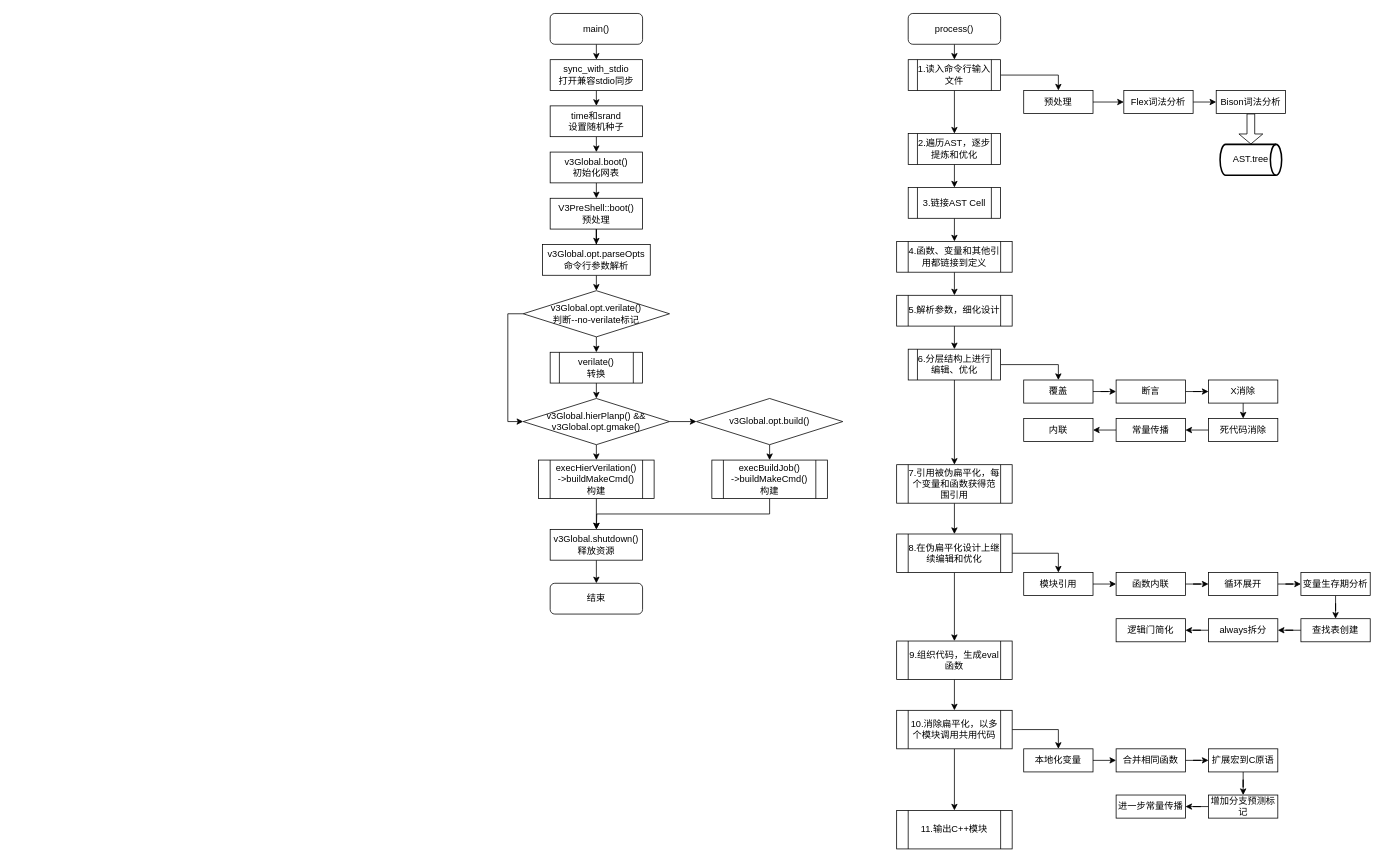
The draw.io diagram verilator_digrams/main().drawio in Dercury/CLDK, before the edit. Source tidied: cells renumbered, new cells numbered last; positions are measured from the earlier drawing's top-left corner, leaving out a move shared by most shapes. Both pictures are drawn from the tidied source at 77%, with x=0, y=0 at pixel (523, 13).
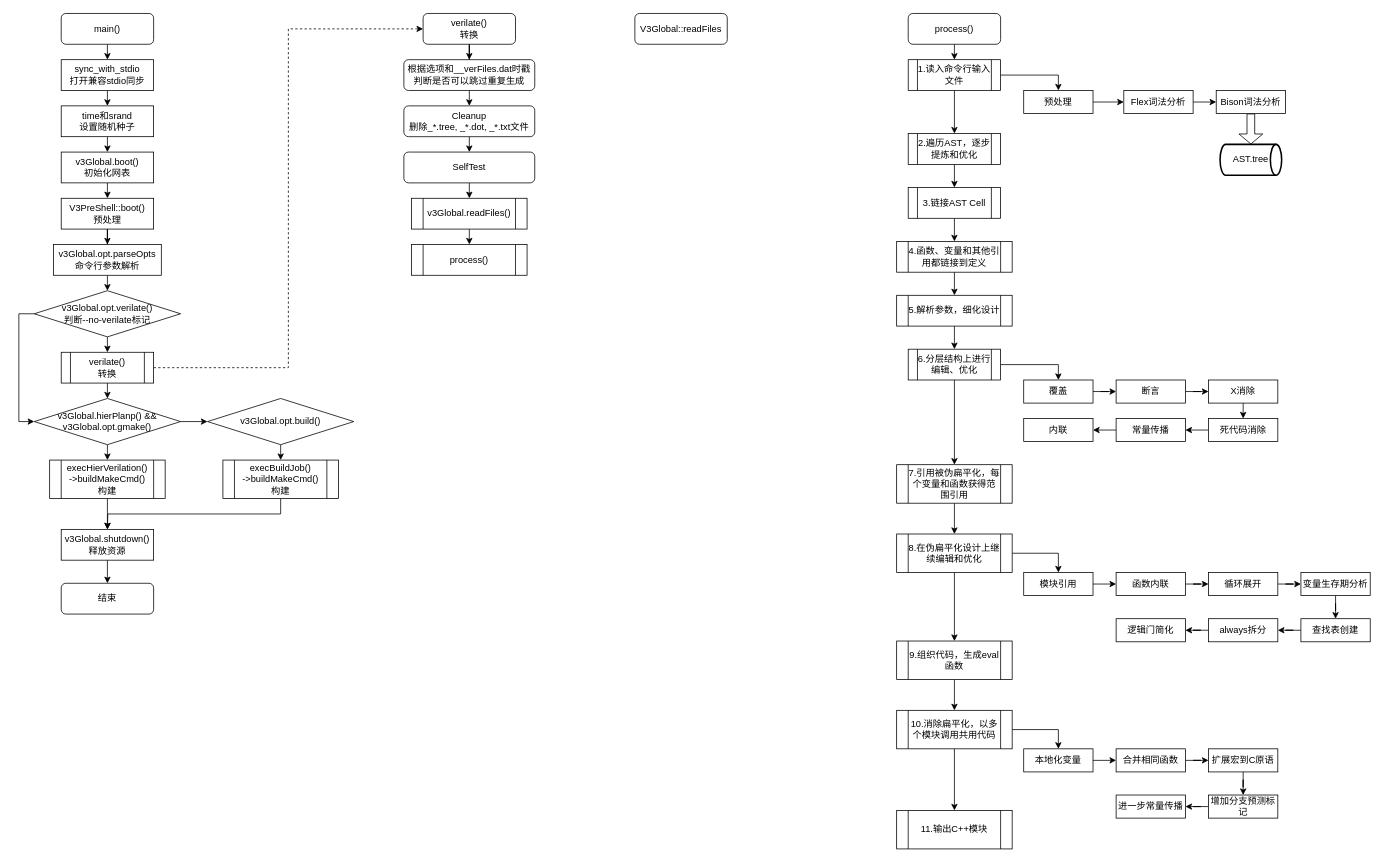
The same diagram, later.

Change to the diagram source:
```diff
@@
     <mxCell id="3" value="main()" style="rounded=1;whiteSpace=wrap;html=1;fontSize=12;glass=0;strokeWidth=1;shadow=0;" parent="1" vertex="1">
-      <mxGeometry x="35" width="120" height="40" as="geometry" />
+      <mxGeometry x="-600" width="120" height="40" as="geometry" />
     </mxCell>
@@
     <mxCell id="5" value="sync_with_stdio&lt;br&gt;打开兼容stdio同步" style="rounded=0;whiteSpace=wrap;html=1;" parent="1" vertex="1">
-      <mxGeometry x="35" y="60" width="120" height="40" as="geometry" />
+      <mxGeometry x="-600" y="60" width="120" height="40" as="geometry" />
     </mxCell>
@@
     <mxCell id="7" value="time和srand&lt;br&gt;设置随机种子" style="rounded=0;whiteSpace=wrap;html=1;" parent="1" vertex="1">
-      <mxGeometry x="35" y="120" width="120" height="40" as="geometry" />
+      <mxGeometry x="-600" y="120" width="120" height="40" as="geometry" />
     </mxCell>
@@
     <mxCell id="9" value="v3Global.boot()&lt;br&gt;初始化网表" style="rounded=0;whiteSpace=wrap;html=1;" parent="1" vertex="1">
-      <mxGeometry x="35" y="180" width="120" height="40" as="geometry" />
+      <mxGeometry x="-600" y="180" width="120" height="40" as="geometry" />
     </mxCell>
@@
     <mxCell id="11" value="V3PreShell::boot()&lt;br&gt;预处理" style="rounded=0;whiteSpace=wrap;html=1;" parent="1" vertex="1">
-      <mxGeometry x="35" y="240" width="120" height="40" as="geometry" />
+      <mxGeometry x="-600" y="240" width="120" height="40" as="geometry" />
     </mxCell>
@@
     <mxCell id="13" value="v3Global.opt.parseOpts&lt;br&gt;命令行参数解析" style="rounded=0;whiteSpace=wrap;html=1;" parent="1" vertex="1">
-      <mxGeometry x="25" y="300" width="140" height="40" as="geometry" />
+      <mxGeometry x="-610" y="300" width="140" height="40" as="geometry" />
     </mxCell>
@@
     <mxCell id="16" value="v3Global.opt.verilate()&lt;br&gt;判断--no-verilate标记" style="rhombus;whiteSpace=wrap;html=1;" parent="1" vertex="1">
-      <mxGeometry y="360" width="190" height="60" as="geometry" />
+      <mxGeometry x="-635" y="360" width="190" height="60" as="geometry" />
     </mxCell>
@@
+    <mxCell id="98" style="edgeStyle=orthogonalEdgeStyle;rounded=0;jettySize=auto;html=1;exitX=1;exitY=0.5;exitDx=0;exitDy=0;entryX=0;entryY=0.5;entryDx=0;entryDy=0;dashed=1;strokeWidth=1;jumpSize=6;" parent="1" edge="1" source="18" target="100">
+      <mxGeometry relative="1" as="geometry" />
+    </mxCell>
     <mxCell id="18" value="verilate()&lt;br&gt;转换" style="shape=process;whiteSpace=wrap;html=1;backgroundOutline=1;" parent="1" vertex="1">
-      <mxGeometry x="35" y="440" width="120" height="40" as="geometry" />
+      <mxGeometry x="-600" y="440" width="120" height="40" as="geometry" />
     </mxCell>
@@
     <mxCell id="20" value="execHierVerilation()&lt;br&gt;-&amp;gt;buildMakeCmd()&lt;br&gt;构建" style="shape=process;whiteSpace=wrap;html=1;backgroundOutline=1;" parent="1" vertex="1">
-      <mxGeometry x="20" y="580" width="150" height="50" as="geometry" />
+      <mxGeometry x="-615" y="580" width="150" height="50" as="geometry" />
     </mxCell>
@@
     <mxCell id="23" value="v3Global.hierPlanp() &amp;amp;&amp;amp; v3Global.opt.gmake()" style="rhombus;whiteSpace=wrap;html=1;" parent="1" vertex="1">
-      <mxGeometry y="500" width="190" height="60" as="geometry" />
+      <mxGeometry x="-635" y="500" width="190" height="60" as="geometry" />
     </mxCell>
     <mxCell id="24" style="edgeStyle=orthogonalEdgeStyle;rounded=0;jettySize=auto;html=1;exitX=0.5;exitY=1;exitDx=0;exitDy=0;" parent="1" edge="1" source="25">
       <mxGeometry relative="1" as="geometry">
-        <mxPoint x="95" y="670" as="targetPoint" />
+        <mxPoint x="-540" y="670" as="targetPoint" />
       </mxGeometry>
     </mxCell>
     <mxCell id="25" value="execBuildJob()&lt;br&gt;-&amp;gt;buildMakeCmd()&lt;br&gt;构建" style="shape=process;whiteSpace=wrap;html=1;backgroundOutline=1;" parent="1" vertex="1">
-      <mxGeometry x="245" y="580" width="150" height="50" as="geometry" />
+      <mxGeometry x="-390" y="580" width="150" height="50" as="geometry" />
     </mxCell>
@@
     <mxCell id="27" value="v3Global.opt.build()" style="rhombus;whiteSpace=wrap;html=1;" parent="1" vertex="1">
-      <mxGeometry x="225" y="500" width="190" height="60" as="geometry" />
+      <mxGeometry x="-410" y="500" width="190" height="60" as="geometry" />
     </mxCell>
@@
     <mxCell id="29" value="v3Global.shutdown()&lt;br&gt;释放资源" style="rounded=0;whiteSpace=wrap;html=1;" parent="1" vertex="1">
-      <mxGeometry x="35" y="670" width="120" height="40" as="geometry" />
+      <mxGeometry x="-600" y="670" width="120" height="40" as="geometry" />
     </mxCell>
     <mxCell id="30" value="结束" style="rounded=1;whiteSpace=wrap;html=1;" parent="1" vertex="1">
-      <mxGeometry x="35" y="740" width="120" height="40" as="geometry" />
+      <mxGeometry x="-600" y="740" width="120" height="40" as="geometry" />
     </mxCell>
@@
+    <mxCell id="99" style="edgeStyle=orthogonalEdgeStyle;rounded=0;jettySize=auto;html=1;" parent="1" edge="1" source="100" target="102">
+      <mxGeometry relative="1" as="geometry" />
+    </mxCell>
+    <mxCell id="100" value="verilate()&lt;br&gt;转换" style="rounded=1;whiteSpace=wrap;html=1;fontSize=12;glass=0;strokeWidth=1;shadow=0;" parent="1" vertex="1">
+      <mxGeometry x="-130" width="120" height="40" as="geometry" />
+    </mxCell>
+    <mxCell id="101" style="edgeStyle=orthogonalEdgeStyle;rounded=0;jettySize=auto;html=1;exitX=0.5;exitY=1;exitDx=0;exitDy=0;entryX=0.5;entryY=0;entryDx=0;entryDy=0;" parent="1" edge="1" source="102" target="104">
+      <mxGeometry relative="1" as="geometry" />
+    </mxCell>
+    <mxCell id="102" value="根据选项和__verFiles.dat时戳判断是否可以跳过重复生成" style="rounded=1;whiteSpace=wrap;html=1;fontSize=12;glass=0;strokeWidth=1;shadow=0;" parent="1" vertex="1">
+      <mxGeometry x="-155" y="60" width="170" height="40" as="geometry" />
+    </mxCell>
+    <mxCell id="103" style="edgeStyle=orthogonalEdgeStyle;rounded=0;jettySize=auto;html=1;exitX=0.5;exitY=1;exitDx=0;exitDy=0;entryX=0.5;entryY=0;entryDx=0;entryDy=0;" parent="1" edge="1" source="104" target="106">
+      <mxGeometry relative="1" as="geometry" />
+    </mxCell>
+    <mxCell id="104" value="Cleanup&lt;br&gt;删除_*.tree, _*.dot, _*.txt文件" style="rounded=1;whiteSpace=wrap;html=1;fontSize=12;glass=0;strokeWidth=1;shadow=0;" parent="1" vertex="1">
+      <mxGeometry x="-155" y="120" width="170" height="40" as="geometry" />
+    </mxCell>
+    <mxCell id="105" style="edgeStyle=orthogonalEdgeStyle;rounded=0;jettySize=auto;html=1;exitX=0.5;exitY=1;exitDx=0;exitDy=0;entryX=0.5;entryY=0;entryDx=0;entryDy=0;" parent="1" edge="1" source="106" target="108">
+      <mxGeometry relative="1" as="geometry" />
+    </mxCell>
+    <mxCell id="106" value="SelfTest&lt;br&gt;" style="rounded=1;whiteSpace=wrap;html=1;fontSize=12;glass=0;strokeWidth=1;shadow=0;" parent="1" vertex="1">
+      <mxGeometry x="-155" y="180" width="170" height="40" as="geometry" />
+    </mxCell>
+    <mxCell id="107" style="edgeStyle=orthogonalEdgeStyle;rounded=0;jettySize=auto;html=1;exitX=0.5;exitY=1;exitDx=0;exitDy=0;entryX=0.5;entryY=0;entryDx=0;entryDy=0;" parent="1" edge="1" source="108" target="109">
+      <mxGeometry relative="1" as="geometry" />
+    </mxCell>
+    <mxCell id="108" value="v3Global.readFiles()" style="shape=process;whiteSpace=wrap;html=1;backgroundOutline=1;" parent="1" vertex="1">
+      <mxGeometry x="-145" y="240" width="150" height="40" as="geometry" />
+    </mxCell>
+    <mxCell id="109" value="process()" style="shape=process;whiteSpace=wrap;html=1;backgroundOutline=1;" parent="1" vertex="1">
+      <mxGeometry x="-145" y="300" width="150" height="40" as="geometry" />
+    </mxCell>
+    <mxCell id="110" value="V3Global::readFiles" style="rounded=1;whiteSpace=wrap;html=1;fontSize=12;glass=0;strokeWidth=1;shadow=0;" parent="1" vertex="1">
+      <mxGeometry x="145" width="120" height="40" as="geometry" />
+    </mxCell>
```
